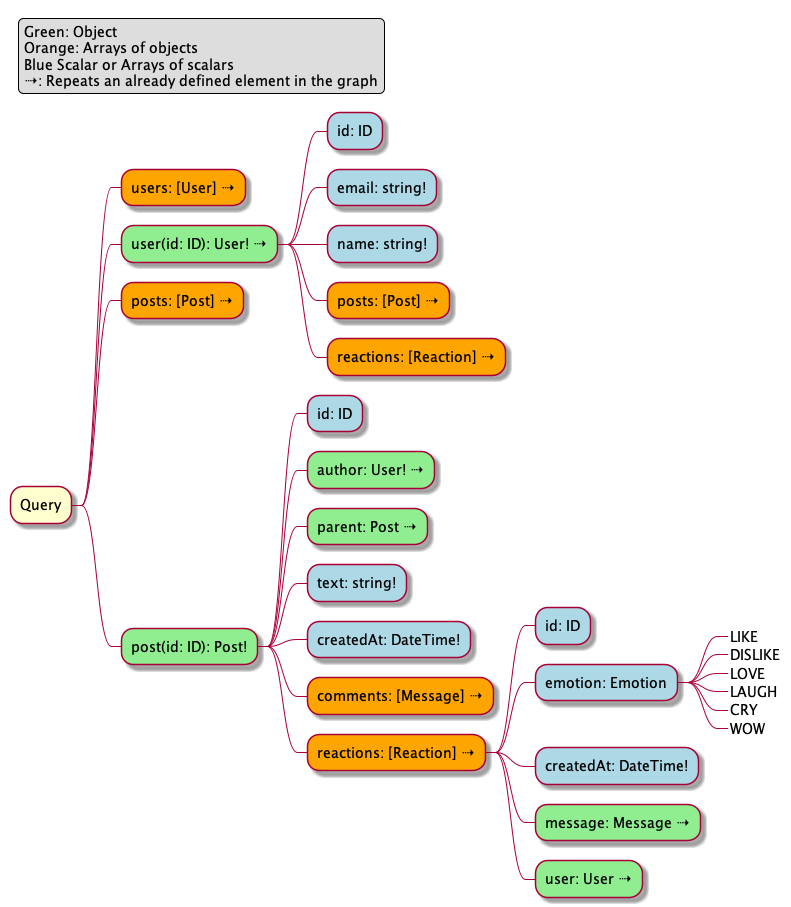
This is out/schema_query/schema_query-1.png from Adeynack/graphql_examples, a PlantUML export, as it was before one commit.
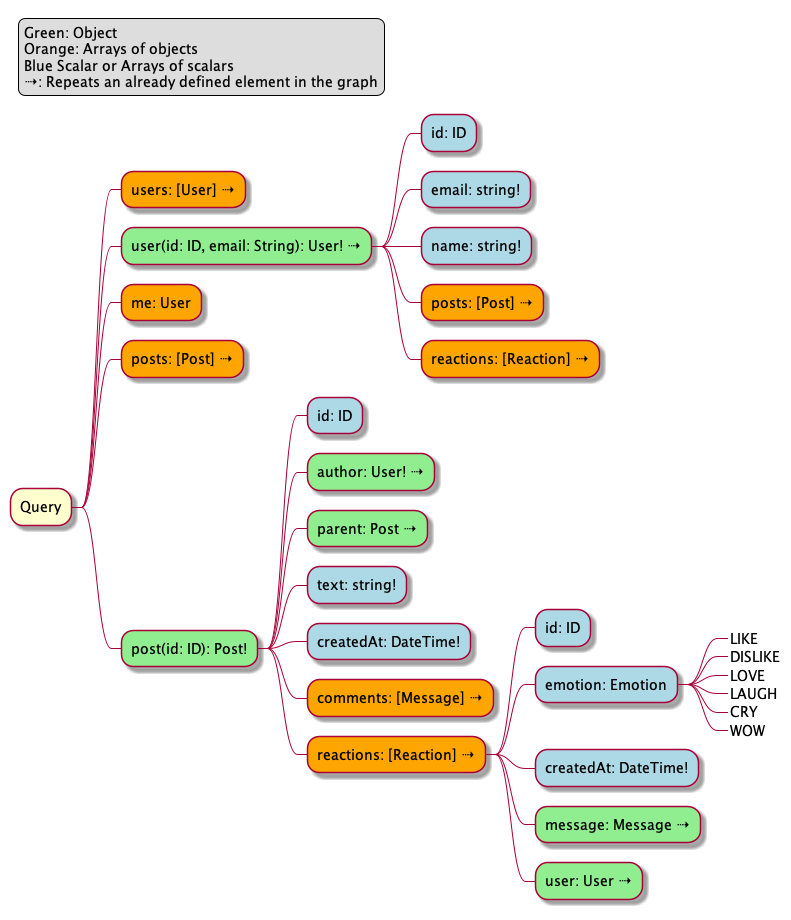
Above is the later version.

The edit, as a diff of the source:
```diff
@@ -2,12 +2,13 @@
 
 * Query
 **[#orange] users: [User] ⇢
-**[#lightgreen] user(id: ID): User! ⇢
+**[#lightgreen] user(id: ID, email: String): User! ⇢
 ***[#lightblue] id: ID
 ***[#lightblue] email: string!
 ***[#lightblue] name: string!
 ***[#orange] posts: [Post] ⇢
 ***[#orange] reactions: [Reaction] ⇢
+**[#orange] me: User
 **[#orange] posts: [Post] ⇢
 **[#lightgreen] post(id: ID): Post!
 ***[#lightblue] id: ID
```
